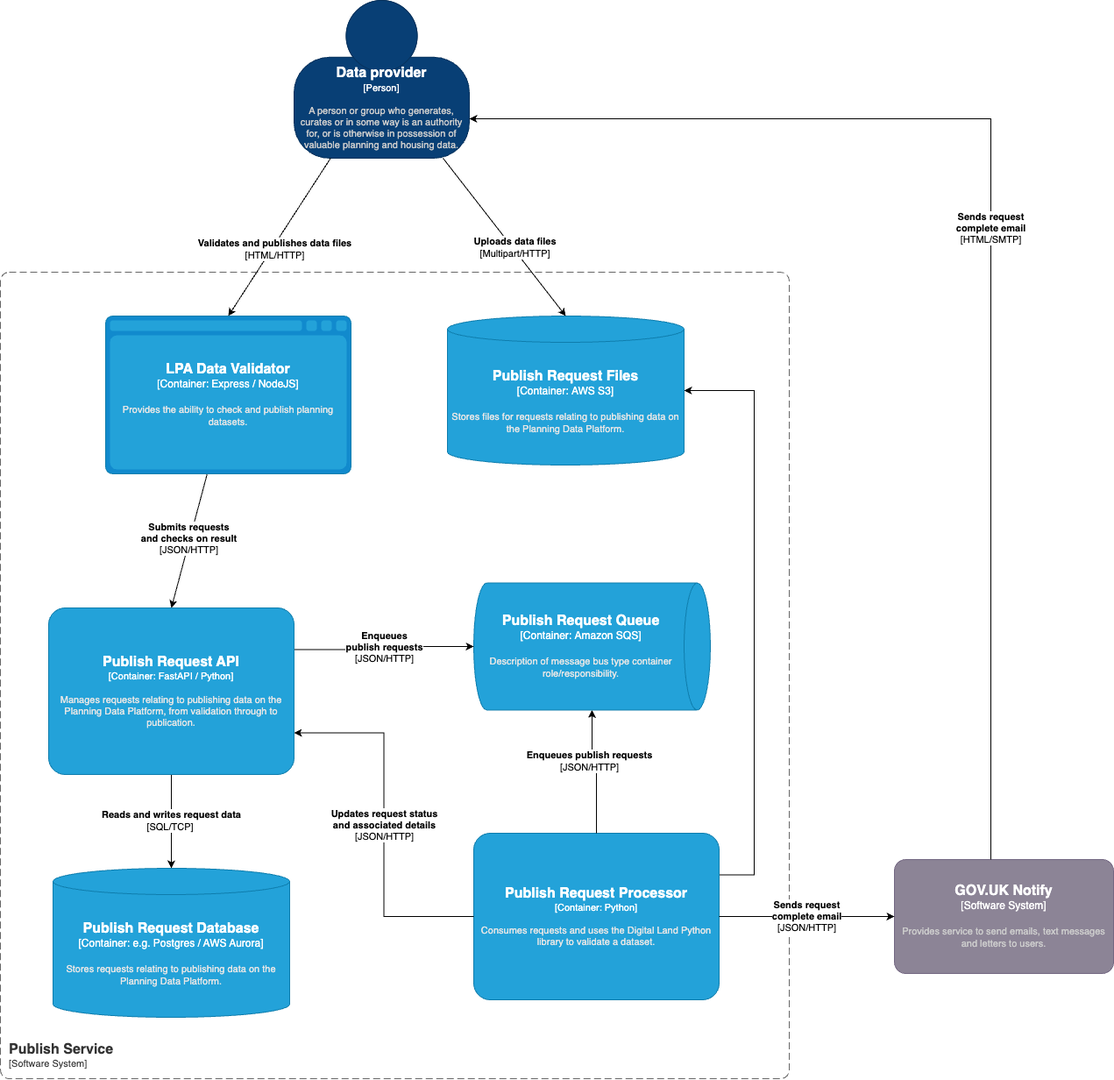
Above: source/architecture/design/proposals/001-publish-async/images/containers.drawio.png in digital-land/technical-documentation (draw.io), before the change. Source tidied: cells renumbered, new cells last; positions are measured from the earlier drawing's top-left corner, leaving out a move shared by most shapes.
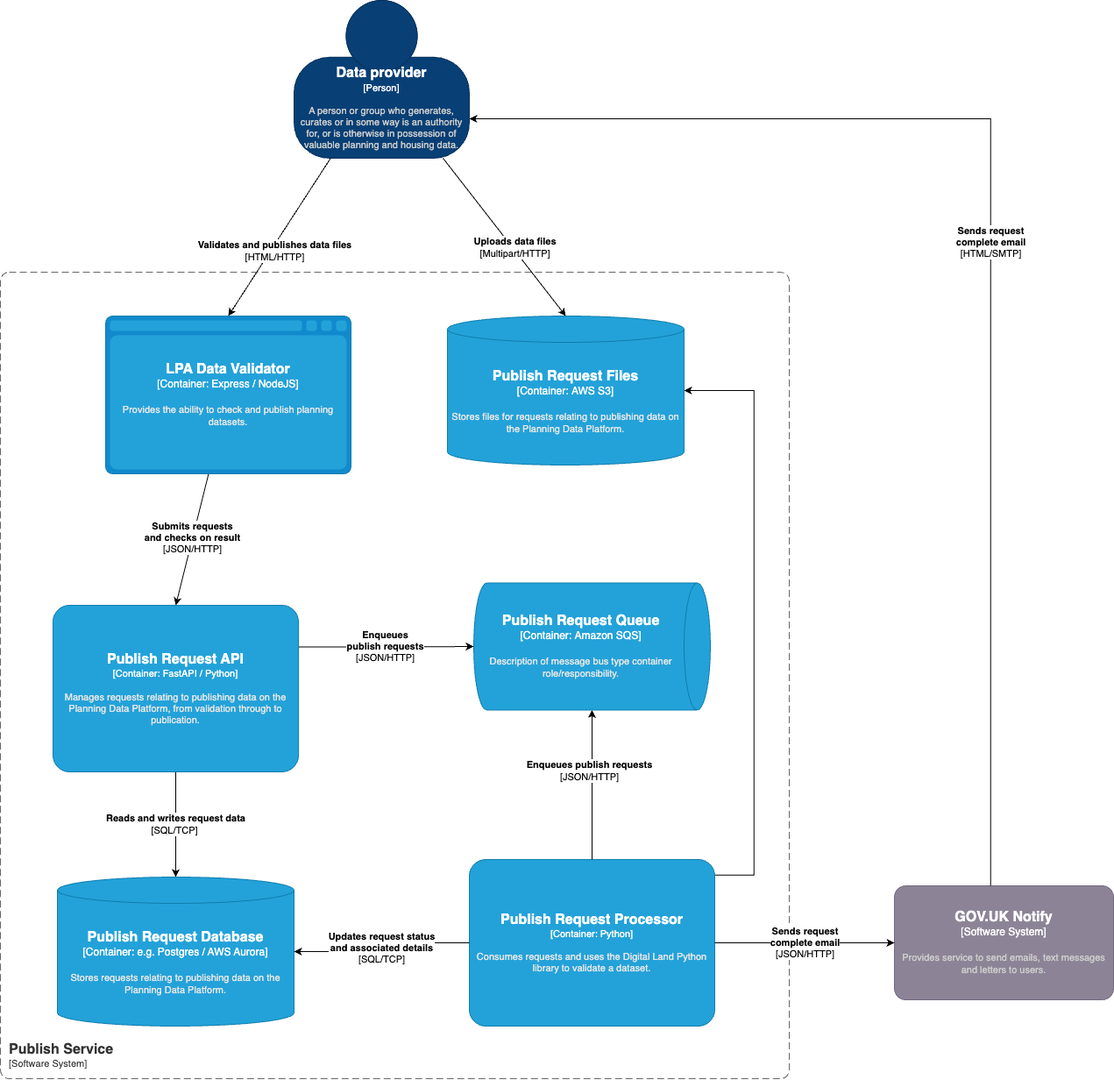
The same diagram one commit later.

Commit message:
Revised container diagram for ODP 001 showing processor writing directly to the Publish Request database

Change to the diagram source:
```diff
@@ -22,7 +22,7 @@
     </mxCell>
     <object id="5" label="&lt;font style=&quot;font-size: 16px&quot;&gt;&lt;b&gt;%c4Name%&lt;/b&gt;&lt;/font&gt;&lt;div&gt;[%c4Type%: %c4Technology%]&lt;/div&gt;&lt;br&gt;&lt;div&gt;&lt;font style=&quot;font-size: 11px&quot;&gt;&lt;font color=&quot;#E6E6E6&quot;&gt;%c4Description%&lt;/font&gt;&lt;/div&gt;" c4Description="Consumes requests and uses the Digital Land Python library to validate a dataset." c4Name="Publish Request Processor" c4Technology="Python" c4Type="Container" placeholders="1">
       <mxCell style="rounded=1;whiteSpace=wrap;html=1;fontSize=11;labelBackgroundColor=none;fillColor=#23A2D9;fontColor=#ffffff;align=center;arcSize=10;strokeColor=#0E7DAD;points=[[0.25,0,0],[0.5,0,0],[0.75,0,0],[1,0.25,0],[1,0.5,0],[1,0.75,0],[0.75,1,0],[0.5,1,0],[0.25,1,0],[0,0.75,0],[0,0.5,0],[0,0.25,0]];" parent="1" vertex="1">
-        <mxGeometry x="540" y="950" width="280" height="190" as="geometry" />
+        <mxGeometry x="535" y="980" width="280" height="190" as="geometry" />
       </mxCell>
     </object>
     <object id="6" label="&lt;font style=&quot;font-size: 16px&quot;&gt;&lt;b&gt;%c4Name%&lt;/b&gt;&lt;/font&gt;&lt;div&gt;[%c4Type%]&lt;/div&gt;&lt;br&gt;&lt;div&gt;&lt;font style=&quot;font-size: 11px&quot;&gt;&lt;font color=&quot;#cccccc&quot;&gt;%c4Description%&lt;/font&gt;&lt;/div&gt;" c4Description="A person or group who generates, curates or in some way is an authority for, or is otherwise in possession of valuable planning and housing data." c4Name="Data provider" c4Type="Person" placeholders="1">
@@ -66,20 +66,20 @@
     </mxCell>
     <object id="17" label="&lt;font style=&quot;font-size: 16px&quot;&gt;&lt;b&gt;%c4Name%&lt;/b&gt;&lt;/font&gt;&lt;div&gt;[%c4Type%: %c4Technology%]&lt;/div&gt;&lt;br&gt;&lt;div&gt;&lt;font style=&quot;font-size: 11px&quot;&gt;&lt;font color=&quot;#E6E6E6&quot;&gt;%c4Description%&lt;/font&gt;&lt;/div&gt;" c4Description="Manages requests relating to publishing data on the Planning Data Platform, from validation through to publication." c4Name="Publish Request API" c4Technology="FastAPI / Python" c4Type="Container" placeholders="1">
       <mxCell style="rounded=1;whiteSpace=wrap;html=1;fontSize=11;labelBackgroundColor=none;fillColor=#23A2D9;fontColor=#ffffff;align=center;arcSize=10;strokeColor=#0E7DAD;points=[[0.25,0,0],[0.5,0,0],[0.75,0,0],[1,0.25,0],[1,0.5,0],[1,0.75,0],[0.75,1,0],[0.5,1,0],[0.25,1,0],[0,0.75,0],[0,0.5,0],[0,0.25,0]];" parent="1" vertex="1">
-        <mxGeometry x="55" y="693" width="280" height="190" as="geometry" />
+        <mxGeometry x="60" y="690" width="280" height="190" as="geometry" />
       </mxCell>
     </object>
     <object id="18" label="&lt;font style=&quot;font-size: 16px&quot;&gt;&lt;b&gt;%c4Type%&lt;/b&gt;&lt;/font&gt;&lt;div&gt;[%c4Container%:&amp;nbsp;%c4Technology%]&lt;/div&gt;&lt;br&gt;&lt;div&gt;&lt;font style=&quot;font-size: 11px&quot;&gt;&lt;font color=&quot;#E6E6E6&quot;&gt;%c4Description%&lt;/font&gt;&lt;/div&gt;" c4Container="Container" c4Description="Stores requests relating to publishing data on the Planning Data Platform." c4Technology="e.g. Postgres / AWS Aurora" c4Type="Publish Request Database" placeholders="1">
       <mxCell style="shape=cylinder3;size=15;whiteSpace=wrap;html=1;boundedLbl=1;rounded=0;labelBackgroundColor=none;fillColor=#23A2D9;fontSize=12;fontColor=#ffffff;align=center;strokeColor=#0E7DAD;points=[[0.5,0,0],[1,0.25,0],[1,0.5,0],[1,0.75,0],[0.5,1,0],[0,0.75,0],[0,0.5,0],[0,0.25,0]];" parent="1" vertex="1">
-        <mxGeometry x="60" y="990" width="270" height="170" as="geometry" />
+        <mxGeometry x="65" y="1000" width="270" height="170" as="geometry" />
       </mxCell>
     </object>
-    <mxCell id="19" value="&lt;b style=&quot;border-color: var(--border-color); color: rgb(0, 0, 0); font-family: Helvetica; font-size: 11px; font-style: normal; font-variant-ligatures: normal; font-variant-caps: normal; letter-spacing: normal; orphans: 2; text-align: center; text-indent: 0px; text-transform: none; widows: 2; word-spacing: 0px; -webkit-text-stroke-width: 0px; text-decoration-thickness: initial; text-decoration-style: initial; text-decoration-color: initial;&quot;&gt;Updates request&amp;nbsp;status&lt;br&gt;&lt;/b&gt;&lt;b&gt;and associated details&lt;/b&gt;&lt;br style=&quot;border-color: var(--border-color); color: rgb(0, 0, 0); font-family: Helvetica; font-size: 11px; font-style: normal; font-variant-ligatures: normal; font-variant-caps: normal; font-weight: 400; letter-spacing: normal; orphans: 2; text-align: center; text-indent: 0px; text-transform: none; widows: 2; word-spacing: 0px; -webkit-text-stroke-width: 0px; text-decoration-thickness: initial; text-decoration-style: initial; text-decoration-color: initial;&quot;&gt;&lt;span style=&quot;color: rgb(0, 0, 0); font-family: Helvetica; font-size: 11px; font-style: normal; font-variant-ligatures: normal; font-variant-caps: normal; font-weight: 400; letter-spacing: normal; orphans: 2; text-align: center; text-indent: 0px; text-transform: none; widows: 2; word-spacing: 0px; -webkit-text-stroke-width: 0px; background-color: rgb(255, 255, 255); text-decoration-thickness: initial; text-decoration-style: initial; text-decoration-color: initial; float: none; display: inline !important;&quot;&gt;[JSON/HTTP]&lt;/span&gt;" style="edgeStyle=orthogonalEdgeStyle;rounded=0;jettySize=auto;html=1;entryX=1;entryY=0.75;entryDx=0;entryDy=0;entryPerimeter=0;" parent="1" edge="1" source="5" target="17">
+    <mxCell id="19" value="&lt;b style=&quot;border-color: var(--border-color); color: rgb(0, 0, 0); font-family: Helvetica; font-size: 11px; font-style: normal; font-variant-ligatures: normal; font-variant-caps: normal; letter-spacing: normal; orphans: 2; text-align: center; text-indent: 0px; text-transform: none; widows: 2; word-spacing: 0px; -webkit-text-stroke-width: 0px; text-decoration-thickness: initial; text-decoration-style: initial; text-decoration-color: initial;&quot;&gt;Updates request&amp;nbsp;status&lt;br&gt;&lt;/b&gt;&lt;b&gt;and associated details&lt;/b&gt;&lt;br style=&quot;border-color: var(--border-color); color: rgb(0, 0, 0); font-family: Helvetica; font-size: 11px; font-style: normal; font-variant-ligatures: normal; font-variant-caps: normal; font-weight: 400; letter-spacing: normal; orphans: 2; text-align: center; text-indent: 0px; text-transform: none; widows: 2; word-spacing: 0px; -webkit-text-stroke-width: 0px; text-decoration-thickness: initial; text-decoration-style: initial; text-decoration-color: initial;&quot;&gt;&lt;span style=&quot;color: rgb(0, 0, 0); font-family: Helvetica; font-size: 11px; font-style: normal; font-variant-ligatures: normal; font-variant-caps: normal; font-weight: 400; letter-spacing: normal; orphans: 2; text-align: center; text-indent: 0px; text-transform: none; widows: 2; word-spacing: 0px; -webkit-text-stroke-width: 0px; background-color: rgb(255, 255, 255); text-decoration-thickness: initial; text-decoration-style: initial; text-decoration-color: initial; float: none; display: inline !important;&quot;&gt;[SQL/TCP]&lt;/span&gt;" style="edgeStyle=orthogonalEdgeStyle;rounded=0;jettySize=auto;html=1;entryX=1;entryY=0.5;entryDx=0;entryDy=0;entryPerimeter=0;" parent="1" edge="1" source="5" target="18">
       <mxGeometry relative="1" as="geometry" />
     </mxCell>
     <object id="20" label="&lt;font style=&quot;font-size: 16px&quot;&gt;&lt;b&gt;%c4Name%&lt;/b&gt;&lt;/font&gt;&lt;div&gt;[%c4Type%]&lt;/div&gt;&lt;br&gt;&lt;div&gt;&lt;font style=&quot;font-size: 11px&quot;&gt;&lt;font color=&quot;#cccccc&quot;&gt;%c4Description%&lt;/font&gt;&lt;/div&gt;" c4Description="Provides service to send emails, text messages and letters to users." c4Name="GOV.UK Notify" c4Type="Software System" placeholders="1">
       <mxCell style="rounded=1;whiteSpace=wrap;html=1;labelBackgroundColor=none;fillColor=#8C8496;fontColor=#ffffff;align=center;arcSize=10;strokeColor=#736782;points=[[0.25,0,0],[0.5,0,0],[0.75,0,0],[1,0.25,0],[1,0.5,0],[1,0.75,0],[0.75,1,0],[0.5,1,0],[0.25,1,0],[0,0.75,0],[0,0.5,0],[0,0.25,0]];" parent="1" vertex="1">
-        <mxGeometry x="1020" y="980" width="250" height="130" as="geometry" />
+        <mxGeometry x="1020" y="1010" width="250" height="130" as="geometry" />
       </mxCell>
     </object>
     <mxCell id="21" value="&lt;b&gt;Sends request &lt;br&gt;complete email&lt;/b&gt;&lt;br style=&quot;border-color: var(--border-color); color: rgb(0, 0, 0); font-family: Helvetica; font-size: 11px; font-style: normal; font-variant-ligatures: normal; font-variant-caps: normal; font-weight: 400; letter-spacing: normal; orphans: 2; text-align: center; text-indent: 0px; text-transform: none; widows: 2; word-spacing: 0px; -webkit-text-stroke-width: 0px; text-decoration-thickness: initial; text-decoration-style: initial; text-decoration-color: initial;&quot;&gt;&lt;span style=&quot;color: rgb(0, 0, 0); font-family: Helvetica; font-size: 11px; font-style: normal; font-variant-ligatures: normal; font-variant-caps: normal; font-weight: 400; letter-spacing: normal; orphans: 2; text-align: center; text-indent: 0px; text-transform: none; widows: 2; word-spacing: 0px; -webkit-text-stroke-width: 0px; background-color: rgb(255, 255, 255); text-decoration-thickness: initial; text-decoration-style: initial; text-decoration-color: initial; float: none; display: inline !important;&quot;&gt;[JSON/HTTP]&lt;/span&gt;" style="edgeStyle=orthogonalEdgeStyle;rounded=0;jettySize=auto;html=1;exitX=1;exitY=0.5;exitDx=0;exitDy=0;exitPerimeter=0;jumpStyle=arc;" parent="1" edge="1" source="5" target="20">
```
